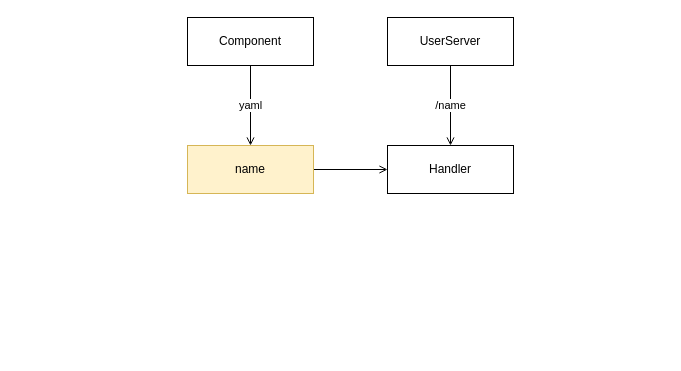
Earlier version of the draw.io diagram page "api-name" (9 of 9) of 2020/dapr/dapr.drawio (abserari/draw.io). Source tidied: cells renumbered, new cells numbered last; positions are measured from the earlier drawing's top-left corner, leaving out a move shared by most shapes. Both pictures are drawn from the tidied source at 100%, with x=0, y=0 at pixel (187, 17).
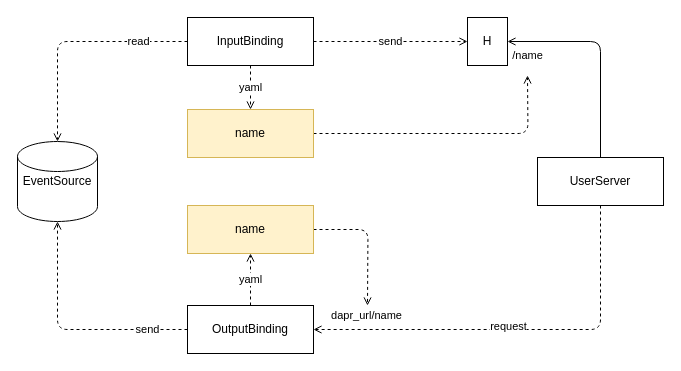
Above is the later version.

Diff of the diagram source:
```diff
@@
-    <mxCell id="2" value="yaml" style="edgeStyle=orthogonalEdgeStyle;curved=0;rounded=1;sketch=0;jettySize=auto;html=1;endArrow=open;endFill=0;entryX=0.5;entryY=0;entryDx=0;entryDy=0;" parent="1" edge="1" source="3" target="5">
+    <mxCell id="2" value="yaml" style="edgeStyle=orthogonalEdgeStyle;curved=0;rounded=1;sketch=0;jettySize=auto;html=1;endArrow=open;endFill=0;entryX=0.5;entryY=0;entryDx=0;entryDy=0;dashed=1;" parent="1" edge="1" source="3" target="5">
       <mxGeometry relative="1" as="geometry" />
     </mxCell>
-    <mxCell id="3" value="Component" style="rounded=0;whiteSpace=wrap;html=1;sketch=0;" parent="1" vertex="1">
+    <mxCell id="3" value="InputBinding" style="rounded=0;whiteSpace=wrap;html=1;sketch=0;" parent="1" vertex="1">
       <mxGeometry width="126" height="48" as="geometry" />
     </mxCell>
-    <mxCell id="4" style="edgeStyle=orthogonalEdgeStyle;curved=0;rounded=1;sketch=0;jettySize=auto;html=1;endArrow=open;endFill=0;exitX=1;exitY=0.5;exitDx=0;exitDy=0;" parent="1" edge="1" source="5" target="7">
-      <mxGeometry relative="1" as="geometry" />
+    <mxCell id="4" style="edgeStyle=orthogonalEdgeStyle;curved=0;rounded=1;sketch=0;jettySize=auto;html=1;endArrow=open;endFill=0;exitX=1;exitY=0.5;exitDx=0;exitDy=0;dashed=1;" parent="1" edge="1" source="5">
+      <mxGeometry relative="1" as="geometry">
+        <mxPoint x="340" y="58" as="targetPoint" />
+      </mxGeometry>
     </mxCell>
+    <mxCell id="9" style="edgeStyle=orthogonalEdgeStyle;curved=0;rounded=1;sketch=0;jettySize=auto;html=1;dashed=1;endArrow=open;endFill=0;exitX=1;exitY=0.5;exitDx=0;exitDy=0;" parent="1" edge="1" source="18">
+      <mxGeometry relative="1" as="geometry">
+        <mxPoint x="180" y="288" as="targetPoint" />
+      </mxGeometry>
+    </mxCell>
     <mxCell id="5" value="name" style="rounded=0;whiteSpace=wrap;html=1;sketch=0;fillColor=#fff2cc;strokeColor=#d6b656;" parent="1" vertex="1">
-      <mxGeometry y="128" width="126" height="48" as="geometry" />
+      <mxGeometry y="92" width="126" height="48" as="geometry" />
     </mxCell>
-    <mxCell id="6" value="/name" style="edgeStyle=orthogonalEdgeStyle;curved=0;rounded=1;sketch=0;jettySize=auto;html=1;endArrow=open;endFill=0;exitX=0.5;exitY=1;exitDx=0;exitDy=0;entryX=0.5;entryY=0;entryDx=0;entryDy=0;" parent="1" edge="1" source="8" target="7">
-      <mxGeometry relative="1" as="geometry" />
+    <mxCell id="6" value="/name" style="edgeStyle=orthogonalEdgeStyle;curved=0;rounded=1;sketch=0;jettySize=auto;html=1;endArrow=open;endFill=0;exitX=0.5;exitY=0;exitDx=0;exitDy=0;entryX=1;entryY=0.5;entryDx=0;entryDy=0;" parent="1" edge="1" source="8" target="7">
+      <mxGeometry x="0.81" y="14" relative="1" as="geometry" />
     </mxCell>
+    <mxCell id="10" value="send" style="edgeStyle=orthogonalEdgeStyle;curved=0;rounded=1;sketch=0;jettySize=auto;html=1;exitX=1;exitY=0.5;exitDx=0;exitDy=0;dashed=1;endArrow=open;endFill=0;entryX=0;entryY=0.5;entryDx=0;entryDy=0;" parent="1" edge="1" source="3" target="7">
+      <mxGeometry relative="1" as="geometry" />
+    </mxCell>
-    <mxCell id="7" value="Handler" style="rounded=0;whiteSpace=wrap;html=1;sketch=0;" parent="1" vertex="1">
-      <mxGeometry x="200" y="128" width="126" height="48" as="geometry" />
+    <mxCell id="7" value="H" style="rounded=0;whiteSpace=wrap;html=1;sketch=0;" parent="1" vertex="1">
+      <mxGeometry x="280" width="40" height="48" as="geometry" />
     </mxCell>
+    <mxCell id="11" value="dapr_url/name" style="edgeStyle=orthogonalEdgeStyle;curved=0;rounded=1;sketch=0;jettySize=auto;html=1;exitX=0.5;exitY=1;exitDx=0;exitDy=0;dashed=1;endArrow=open;endFill=0;entryX=1;entryY=0.5;entryDx=0;entryDy=0;" parent="1" edge="1" source="8" target="17">
+      <mxGeometry x="0.74" y="-14" relative="1" as="geometry" />
+    </mxCell>
+    <mxCell id="12" value="request" style="edgeLabel;html=1;align=center;verticalAlign=middle;" parent="11" vertex="1">
+      <mxGeometry x="0.04" y="-1" relative="1" as="geometry">
+        <mxPoint x="-3" y="-3" as="offset" />
+      </mxGeometry>
+    </mxCell>
     <mxCell id="8" value="UserServer" style="rounded=0;whiteSpace=wrap;html=1;sketch=0;" parent="1" vertex="1">
-      <mxGeometry x="200" width="126" height="48" as="geometry" />
+      <mxGeometry x="350" y="140" width="126" height="48" as="geometry" />
     </mxCell>
+    <mxCell id="13" value="read" style="endArrow=open;html=1;exitX=0;exitY=0.5;exitDx=0;exitDy=0;dashed=1;endFill=0;edgeStyle=orthogonalEdgeStyle;" parent="1" edge="1" source="3" target="14">
+      <mxGeometry x="-0.57" relative="1" as="geometry" />
+    </mxCell>
+    <mxCell id="14" value="EventSource" style="shape=cylinder2;whiteSpace=wrap;html=1;boundedLbl=1;backgroundOutline=1;size=15;rounded=0;sketch=0;" parent="1" vertex="1">
+      <mxGeometry x="-170" y="124" width="80" height="80" as="geometry" />
+    </mxCell>
+    <mxCell id="15" value="yaml" style="edgeStyle=orthogonalEdgeStyle;curved=0;rounded=1;sketch=0;jettySize=auto;html=1;exitX=0.5;exitY=0;exitDx=0;exitDy=0;entryX=0.5;entryY=1;entryDx=0;entryDy=0;dashed=1;endArrow=open;endFill=0;" parent="1" edge="1" source="17" target="18">
+      <mxGeometry relative="1" as="geometry" />
+    </mxCell>
+    <mxCell id="16" value="send" style="rounded=1;sketch=0;jettySize=auto;html=1;exitX=0;exitY=0.5;exitDx=0;exitDy=0;dashed=1;endArrow=open;endFill=0;edgeStyle=orthogonalEdgeStyle;" parent="1" edge="1" source="17" target="14">
+      <mxGeometry x="-0.66" relative="1" as="geometry" />
+    </mxCell>
+    <mxCell id="17" value="OutputBinding" style="rounded=0;whiteSpace=wrap;html=1;sketch=0;" parent="1" vertex="1">
+      <mxGeometry y="288" width="126" height="48" as="geometry" />
+    </mxCell>
+    <mxCell id="18" value="name" style="rounded=0;whiteSpace=wrap;html=1;sketch=0;fillColor=#fff2cc;strokeColor=#d6b656;" parent="1" vertex="1">
+      <mxGeometry y="188" width="126" height="48" as="geometry" />
+    </mxCell>
```
